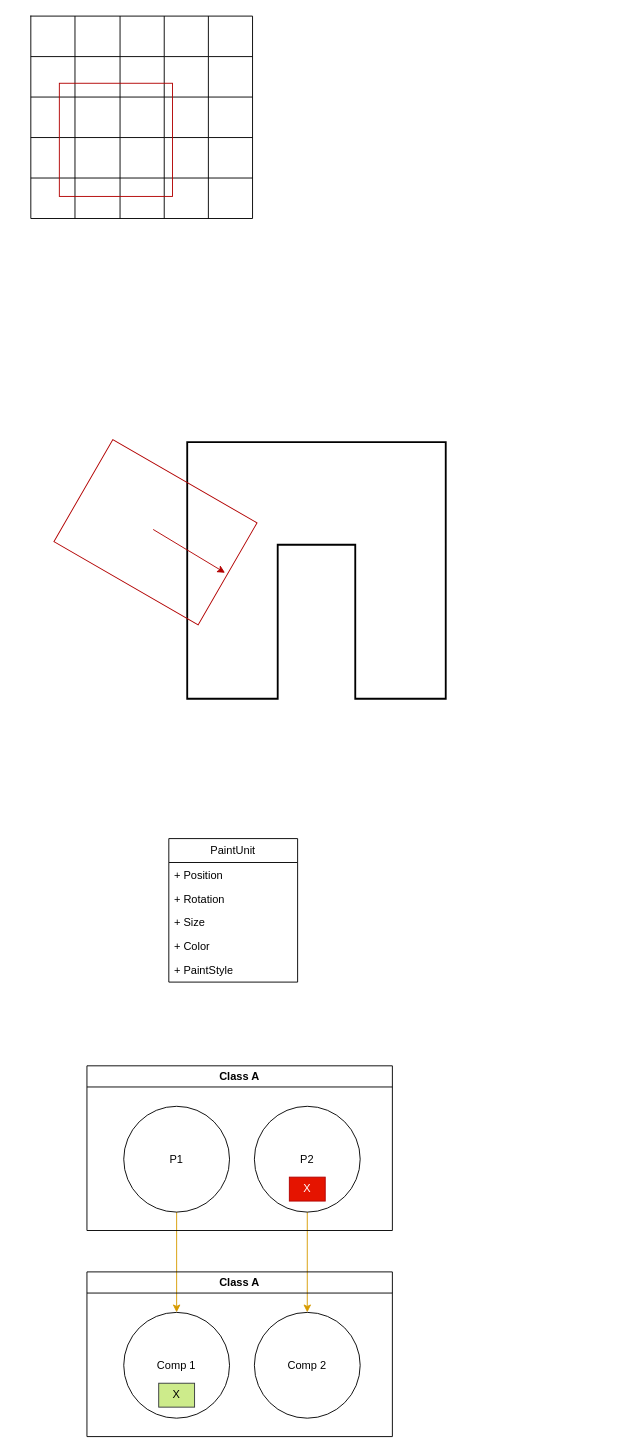
Before: 涂鸦乱斗.drawio in uniHk/UniverseofHK.github.io, a draw.io diagram. Source tidied: cells renumbered, new cells numbered last; positions are measured from the earlier drawing's top-left corner, leaving out a move shared by most shapes. Both pictures are drawn from the tidied source at 92%, with x=0, y=0 at pixel (30, 16).
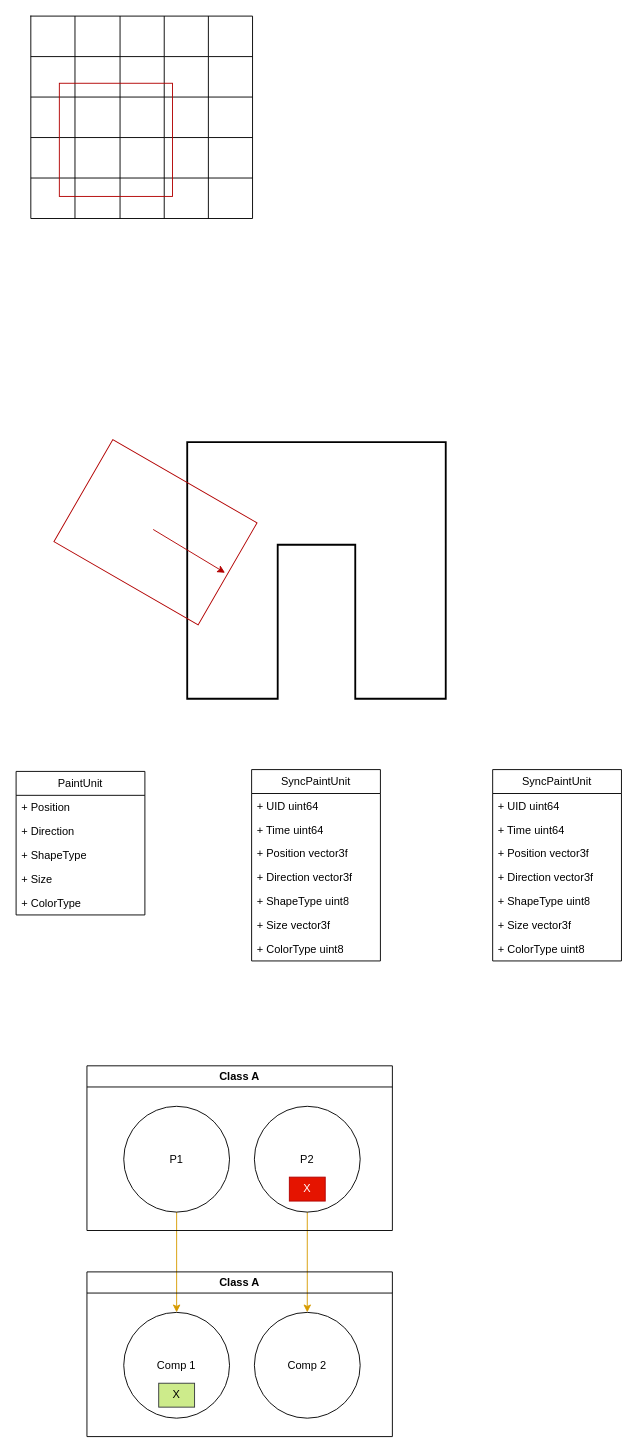
Above is the later version.

Commit message:
更新涂鸦乱斗.drawio

Diff of the diagram source:
```diff
@@
     <mxCell id="36" value="PaintUnit" style="swimlane;fontStyle=0;horizontal=1;startSize=26;fillColor=none;whiteSpace=wrap;html=1;" parent="1" vertex="1">
-      <mxGeometry x="150" y="894" width="140" height="156" as="geometry" />
+      <mxGeometry x="-16" y="821" width="140" height="156" as="geometry" />
     </mxCell>
@@
-    <mxCell id="38" value="+ Rotation" style="text;strokeColor=none;fillColor=none;align=left;verticalAlign=top;spacingLeft=4;spacingRight=4;overflow=hidden;whiteSpace=wrap;html=1;" parent="36" vertex="1">
+    <mxCell id="38" value="+ Direction" style="text;strokeColor=none;fillColor=none;align=left;verticalAlign=top;spacingLeft=4;spacingRight=4;overflow=hidden;whiteSpace=wrap;html=1;" parent="36" vertex="1">
       <mxGeometry y="52" width="140" height="26" as="geometry" />
     </mxCell>
-    <mxCell id="39" value="+ Size" style="text;strokeColor=none;fillColor=none;align=left;verticalAlign=top;spacingLeft=4;spacingRight=4;overflow=hidden;whiteSpace=wrap;html=1;" parent="36" vertex="1">
+    <mxCell id="39" value="+ ShapeType" style="text;strokeColor=none;fillColor=none;align=left;verticalAlign=top;spacingLeft=4;spacingRight=4;overflow=hidden;whiteSpace=wrap;html=1;" parent="36" vertex="1">
       <mxGeometry y="78" width="140" height="26" as="geometry" />
     </mxCell>
-    <mxCell id="40" value="+ Color" style="text;strokeColor=none;fillColor=none;align=left;verticalAlign=top;spacingLeft=4;spacingRight=4;overflow=hidden;whiteSpace=wrap;html=1;" parent="36" vertex="1">
+    <mxCell id="40" value="+ Size" style="text;strokeColor=none;fillColor=none;align=left;verticalAlign=top;spacingLeft=4;spacingRight=4;overflow=hidden;whiteSpace=wrap;html=1;" parent="36" vertex="1">
       <mxGeometry y="104" width="140" height="26" as="geometry" />
     </mxCell>
-    <mxCell id="41" value="+ PaintStyle" style="text;strokeColor=none;fillColor=none;align=left;verticalAlign=top;spacingLeft=4;spacingRight=4;overflow=hidden;whiteSpace=wrap;html=1;" parent="36" vertex="1">
+    <mxCell id="41" value="+ ColorType" style="text;strokeColor=none;fillColor=none;align=left;verticalAlign=top;spacingLeft=4;spacingRight=4;overflow=hidden;whiteSpace=wrap;html=1;" parent="36" vertex="1">
       <mxGeometry y="130" width="140" height="26" as="geometry" />
     </mxCell>
@@
+    <mxCell id="53" value="SyncPaintUnit" style="swimlane;fontStyle=0;horizontal=1;startSize=26;fillColor=none;whiteSpace=wrap;html=1;" parent="1" vertex="1">
+      <mxGeometry x="240" y="819" width="140" height="208" as="geometry" />
+    </mxCell>
+    <mxCell id="54" value="+ UID&amp;nbsp;uint64" style="text;strokeColor=none;fillColor=none;align=left;verticalAlign=top;spacingLeft=4;spacingRight=4;overflow=hidden;whiteSpace=wrap;html=1;" parent="53" vertex="1">
+      <mxGeometry y="26" width="140" height="26" as="geometry" />
+    </mxCell>
+    <mxCell id="55" value="+ Time&amp;nbsp;uint64" style="text;strokeColor=none;fillColor=none;align=left;verticalAlign=top;spacingLeft=4;spacingRight=4;overflow=hidden;whiteSpace=wrap;html=1;" parent="53" vertex="1">
+      <mxGeometry y="52" width="140" height="26" as="geometry" />
+    </mxCell>
+    <mxCell id="56" value="+ Position vector3f" style="text;strokeColor=none;fillColor=none;align=left;verticalAlign=top;spacingLeft=4;spacingRight=4;overflow=hidden;whiteSpace=wrap;html=1;" parent="53" vertex="1">
+      <mxGeometry y="78" width="140" height="26" as="geometry" />
+    </mxCell>
+    <mxCell id="57" value="+ Direction vector3f" style="text;strokeColor=none;fillColor=none;align=left;verticalAlign=top;spacingLeft=4;spacingRight=4;overflow=hidden;whiteSpace=wrap;html=1;" parent="53" vertex="1">
+      <mxGeometry y="104" width="140" height="26" as="geometry" />
+    </mxCell>
+    <mxCell id="58" value="+ ShapeType&amp;nbsp;uint8" style="text;strokeColor=none;fillColor=none;align=left;verticalAlign=top;spacingLeft=4;spacingRight=4;overflow=hidden;whiteSpace=wrap;html=1;" parent="53" vertex="1">
+      <mxGeometry y="130" width="140" height="26" as="geometry" />
+    </mxCell>
+    <mxCell id="59" value="+&amp;nbsp;Size vector3f" style="text;strokeColor=none;fillColor=none;align=left;verticalAlign=top;spacingLeft=4;spacingRight=4;overflow=hidden;whiteSpace=wrap;html=1;" parent="53" vertex="1">
+      <mxGeometry y="156" width="140" height="26" as="geometry" />
+    </mxCell>
+    <mxCell id="60" value="+&amp;nbsp;ColorType uint8" style="text;strokeColor=none;fillColor=none;align=left;verticalAlign=top;spacingLeft=4;spacingRight=4;overflow=hidden;whiteSpace=wrap;html=1;" parent="53" vertex="1">
+      <mxGeometry y="182" width="140" height="26" as="geometry" />
+    </mxCell>
+    <mxCell id="61" value="SyncPaintUnit" style="swimlane;fontStyle=0;horizontal=1;startSize=26;fillColor=none;whiteSpace=wrap;html=1;" parent="1" vertex="1">
+      <mxGeometry x="502" y="819" width="140" height="208" as="geometry" />
+    </mxCell>
+    <mxCell id="62" value="+ UID&amp;nbsp;uint64" style="text;strokeColor=none;fillColor=none;align=left;verticalAlign=top;spacingLeft=4;spacingRight=4;overflow=hidden;whiteSpace=wrap;html=1;" parent="61" vertex="1">
+      <mxGeometry y="26" width="140" height="26" as="geometry" />
+    </mxCell>
+    <mxCell id="63" value="+ Time&amp;nbsp;uint64" style="text;strokeColor=none;fillColor=none;align=left;verticalAlign=top;spacingLeft=4;spacingRight=4;overflow=hidden;whiteSpace=wrap;html=1;" parent="61" vertex="1">
+      <mxGeometry y="52" width="140" height="26" as="geometry" />
+    </mxCell>
+    <mxCell id="64" value="+ Position vector3f" style="text;strokeColor=none;fillColor=none;align=left;verticalAlign=top;spacingLeft=4;spacingRight=4;overflow=hidden;whiteSpace=wrap;html=1;" parent="61" vertex="1">
+      <mxGeometry y="78" width="140" height="26" as="geometry" />
+    </mxCell>
+    <mxCell id="65" value="+ Direction vector3f" style="text;strokeColor=none;fillColor=none;align=left;verticalAlign=top;spacingLeft=4;spacingRight=4;overflow=hidden;whiteSpace=wrap;html=1;" parent="61" vertex="1">
+      <mxGeometry y="104" width="140" height="26" as="geometry" />
+    </mxCell>
+    <mxCell id="66" value="+ ShapeType&amp;nbsp;uint8" style="text;strokeColor=none;fillColor=none;align=left;verticalAlign=top;spacingLeft=4;spacingRight=4;overflow=hidden;whiteSpace=wrap;html=1;" parent="61" vertex="1">
+      <mxGeometry y="130" width="140" height="26" as="geometry" />
+    </mxCell>
+    <mxCell id="67" value="+&amp;nbsp;Size vector3f" style="text;strokeColor=none;fillColor=none;align=left;verticalAlign=top;spacingLeft=4;spacingRight=4;overflow=hidden;whiteSpace=wrap;html=1;" parent="61" vertex="1">
+      <mxGeometry y="156" width="140" height="26" as="geometry" />
+    </mxCell>
+    <mxCell id="68" value="+&amp;nbsp;ColorType uint8" style="text;strokeColor=none;fillColor=none;align=left;verticalAlign=top;spacingLeft=4;spacingRight=4;overflow=hidden;whiteSpace=wrap;html=1;" parent="61" vertex="1">
+      <mxGeometry y="182" width="140" height="26" as="geometry" />
+    </mxCell>
```
